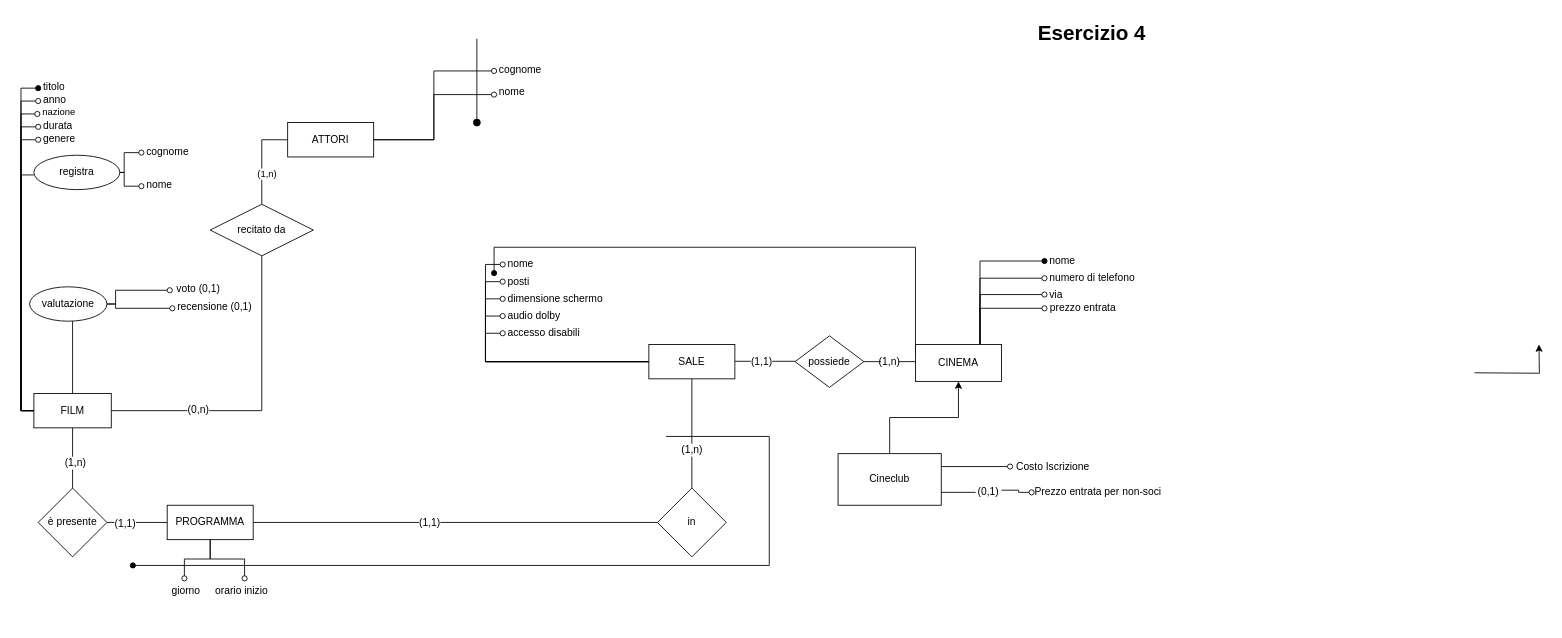
Before: page "Page-4" (4 of 6) of esercizio_cinema/Esercizio-Cinema.drawio in RaphyJake/Basi-di-dati, a draw.io diagram. Source tidied: cells renumbered, new cells numbered last; positions are measured from the earlier drawing's top-left corner, leaving out a move shared by most shapes. Both pictures are drawn from the tidied source at 86%, with x=0, y=0 at pixel (21, 15).
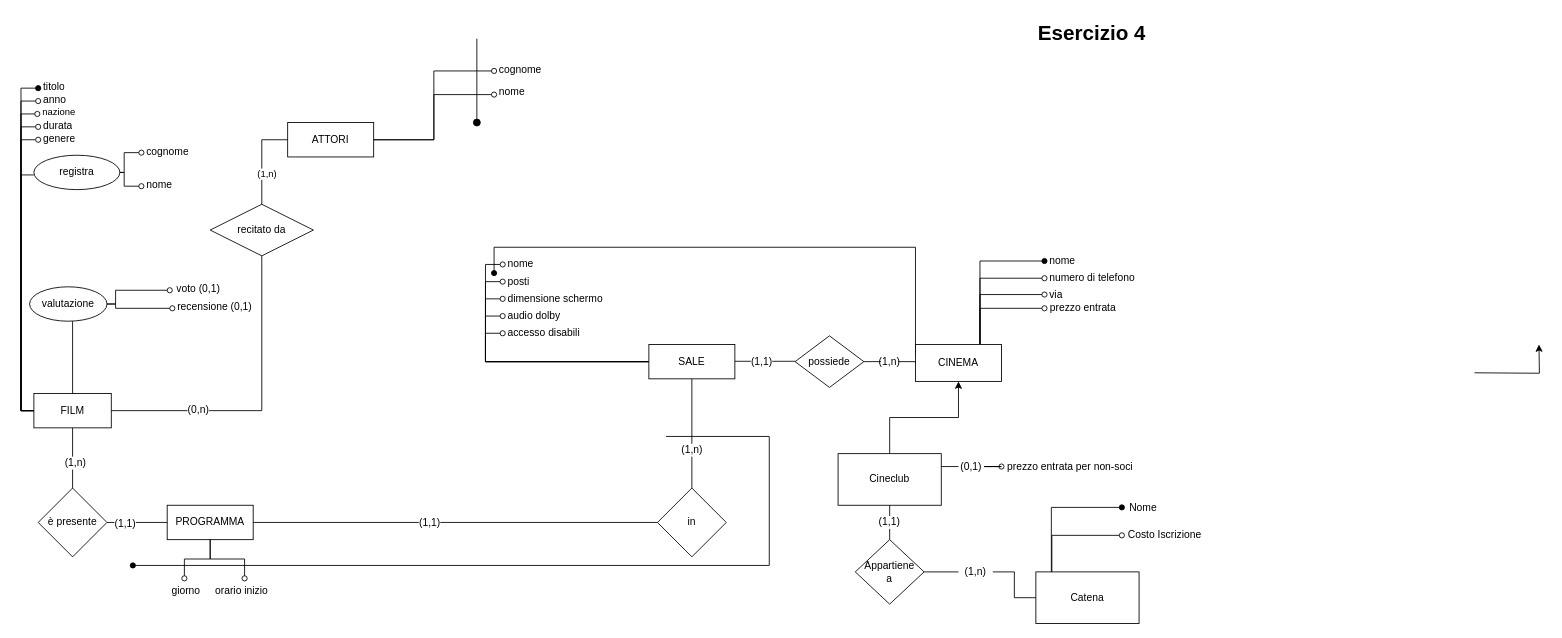
After the change.

Commit message:
prezzo entrata per i non-soci specifico per i cineclub

The edit, as a diff of the source:
```diff
@@
-    <mxCell id="82" style="edgeStyle=orthogonalEdgeStyle;rounded=0;jettySize=auto;html=1;exitX=1;exitY=0.25;exitDx=0;exitDy=0;entryX=0;entryY=0.5;entryDx=0;entryDy=0;endArrow=oval;endFill=0;" parent="1" edge="1" source="84" target="85">
+    <mxCell id="82" style="edgeStyle=orthogonalEdgeStyle;rounded=0;jettySize=auto;html=1;exitX=0.155;exitY=0.053;exitDx=0;exitDy=0;entryX=0;entryY=0.5;entryDx=0;entryDy=0;endArrow=oval;endFill=0;exitPerimeter=0;" parent="1" edge="1" source="92" target="85">
       <mxGeometry relative="1" as="geometry" />
     </mxCell>
-    <mxCell id="83" style="edgeStyle=orthogonalEdgeStyle;rounded=0;jettySize=auto;html=1;exitX=1;exitY=0.25;exitDx=0;exitDy=0;endArrow=oval;endFill=0;" parent="1" edge="1" source="89" target="87">
-      <mxGeometry relative="1" as="geometry" />
-    </mxCell>
-    <mxCell id="84" value="Cineclub" style="rounded=0;whiteSpace=wrap;html=1;" parent="1" vertex="1">
+    <mxCell id="84" value="&lt;div&gt;Cineclub&lt;/div&gt;" style="rounded=0;whiteSpace=wrap;html=1;" parent="1" vertex="1">
       <mxGeometry x="950" y="510" width="120" height="60" as="geometry" />
     </mxCell>
     <mxCell id="85" value="Costo Iscrizione" style="text;html=1;align=center;verticalAlign=middle;whiteSpace=wrap;rounded=0;" parent="1" vertex="1">
-      <mxGeometry x="1150" y="510" width="100" height="30" as="geometry" />
+      <mxGeometry x="1280" y="590" width="100" height="30" as="geometry" />
     </mxCell>
@@
-    <mxCell id="87" value="Prezzo entrata per non-soci" style="text;html=1;align=center;verticalAlign=middle;whiteSpace=wrap;rounded=0;" parent="1" vertex="1">
-      <mxGeometry x="1175" y="550" width="155" height="10" as="geometry" />
-    </mxCell>
+    <mxCell id="90" style="edgeStyle=orthogonalEdgeStyle;rounded=0;jettySize=auto;html=1;endArrow=none;startFill=0;" parent="1" edge="1" source="97" target="94">
+      <mxGeometry relative="1" as="geometry" />
+    </mxCell>
+    <mxCell id="91" style="edgeStyle=orthogonalEdgeStyle;rounded=0;jettySize=auto;html=1;exitX=0.15;exitY=0.004;exitDx=0;exitDy=0;entryX=0;entryY=0.5;entryDx=0;entryDy=0;exitPerimeter=0;endArrow=oval;endFill=1;" parent="1" edge="1" source="92" target="95">
+      <mxGeometry relative="1" as="geometry" />
+    </mxCell>
+    <mxCell id="92" value="Catena" style="rounded=0;whiteSpace=wrap;html=1;" parent="1" vertex="1">
+      <mxGeometry x="1180" y="647.5" width="120" height="60" as="geometry" />
+    </mxCell>
+    <mxCell id="93" style="edgeStyle=orthogonalEdgeStyle;rounded=0;jettySize=auto;html=1;exitX=0.5;exitY=0;exitDx=0;exitDy=0;entryX=0.5;entryY=1;entryDx=0;entryDy=0;endArrow=none;startFill=0;" parent="1" edge="1" source="99" target="84">
+      <mxGeometry relative="1" as="geometry" />
+    </mxCell>
+    <mxCell id="94" value="Appartiene&lt;br&gt;a" style="rhombus;whiteSpace=wrap;html=1;" parent="1" vertex="1">
+      <mxGeometry x="970" y="610" width="80" height="75" as="geometry" />
+    </mxCell>
+    <mxCell id="95" value="Nome" style="text;html=1;align=center;verticalAlign=middle;whiteSpace=wrap;rounded=0;" parent="1" vertex="1">
+      <mxGeometry x="1280" y="562.5" width="50" height="20" as="geometry" />
+    </mxCell>
+    <mxCell id="96" style="edgeStyle=orthogonalEdgeStyle;rounded=0;jettySize=auto;html=1;endArrow=none;startFill=0;" parent="1" edge="1" source="92" target="97">
+      <mxGeometry relative="1" as="geometry" />
+    </mxCell>
+    <mxCell id="97" value="(1,n)" style="text;html=1;align=center;verticalAlign=middle;whiteSpace=wrap;rounded=0;" parent="1" vertex="1">
+      <mxGeometry x="1090" y="632.5" width="40" height="30" as="geometry" />
+    </mxCell>
+    <mxCell id="98" style="edgeStyle=orthogonalEdgeStyle;rounded=0;jettySize=auto;html=1;exitX=0.5;exitY=0;exitDx=0;exitDy=0;entryX=0.5;entryY=1;entryDx=0;entryDy=0;endArrow=none;startFill=0;" parent="1" edge="1" source="94" target="99">
+      <mxGeometry relative="1" as="geometry" />
+    </mxCell>
+    <mxCell id="99" value="(1,1)" style="text;html=1;align=center;verticalAlign=middle;whiteSpace=wrap;rounded=0;" parent="1" vertex="1">
+      <mxGeometry x="1000" y="582.5" width="20" height="15" as="geometry" />
+    </mxCell>
+    <mxCell id="100" value="prezzo entrata per non-soci" style="text;html=1;align=center;verticalAlign=middle;whiteSpace=wrap;rounded=0;" parent="1" vertex="1">
+      <mxGeometry x="1140" y="520" width="160" height="10" as="geometry" />
+    </mxCell>
-    <mxCell id="88" style="edgeStyle=orthogonalEdgeStyle;rounded=0;jettySize=auto;html=1;exitX=1;exitY=0.75;exitDx=0;exitDy=0;endArrow=none;endFill=0;startFill=0;" parent="1" edge="1" source="84" target="89">
+    <mxCell id="88" style="edgeStyle=orthogonalEdgeStyle;rounded=0;jettySize=auto;html=1;exitX=1;exitY=0.25;exitDx=0;exitDy=0;entryX=0;entryY=0.5;entryDx=0;entryDy=0;endArrow=none;endFill=0;startFill=0;" parent="1" edge="1" source="84" target="89">
       <mxGeometry relative="1" as="geometry" />
     </mxCell>
+    <mxCell id="101" style="edgeStyle=orthogonalEdgeStyle;rounded=0;jettySize=auto;html=1;endArrow=oval;endFill=0;" parent="1" edge="1" source="89" target="100">
+      <mxGeometry relative="1" as="geometry" />
+    </mxCell>
     <mxCell id="89" value="(0,1)" style="text;html=1;align=center;verticalAlign=middle;whiteSpace=wrap;rounded=0;" parent="1" vertex="1">
-      <mxGeometry x="1110" y="550" width="30" height="10" as="geometry" />
+      <mxGeometry x="1090" y="520" width="30" height="10" as="geometry" />
     </mxCell>
```
